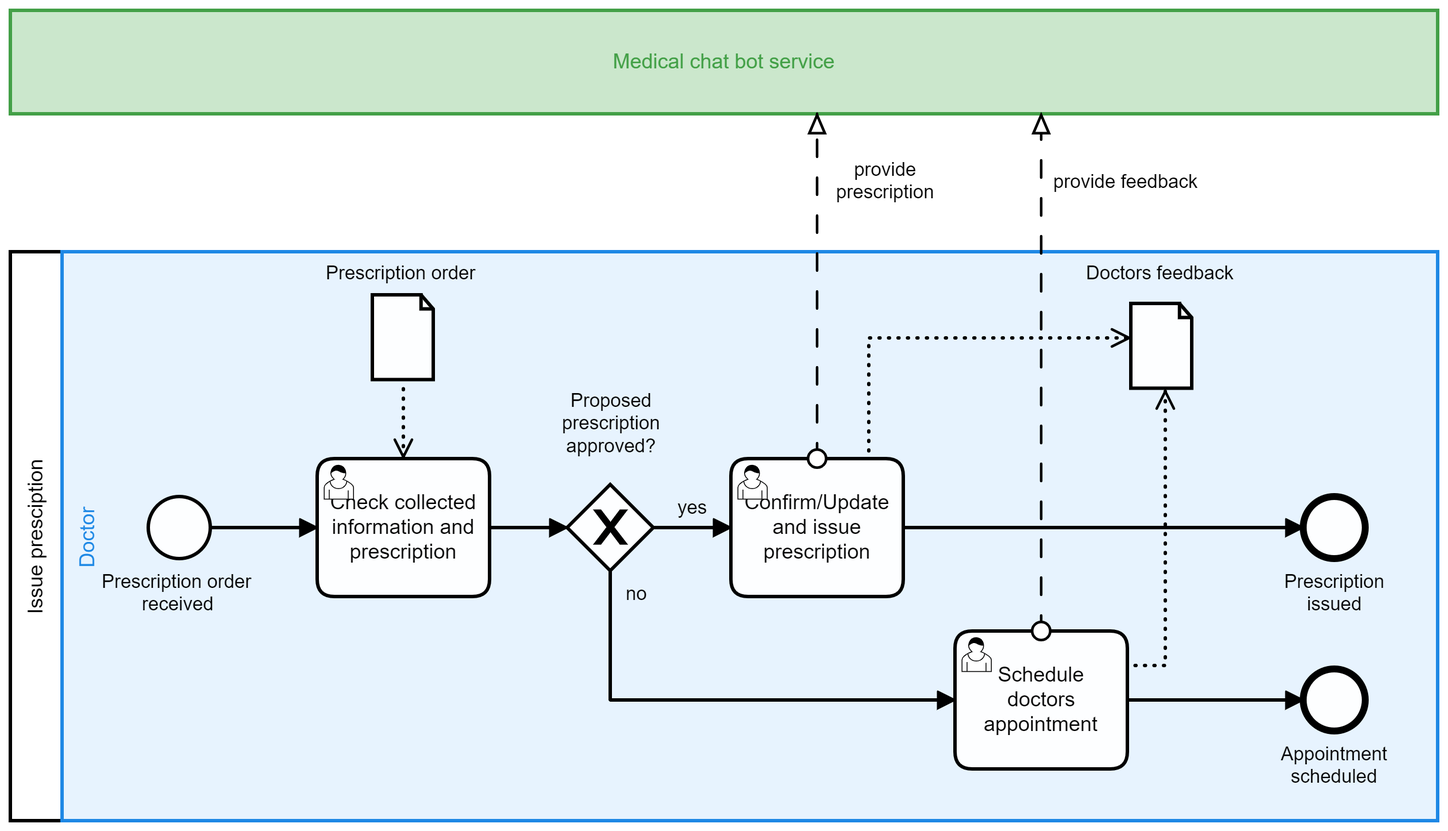
Above: images/wiki/TO-BE_Process_issue_prescription.png in DigiBP/DigiBP_Burrata (BPMN), before the change. Its source is kept beside it as TO-BE Process/TO-BE_Process_issue_prescription.bpmn. Ids are renumbered.
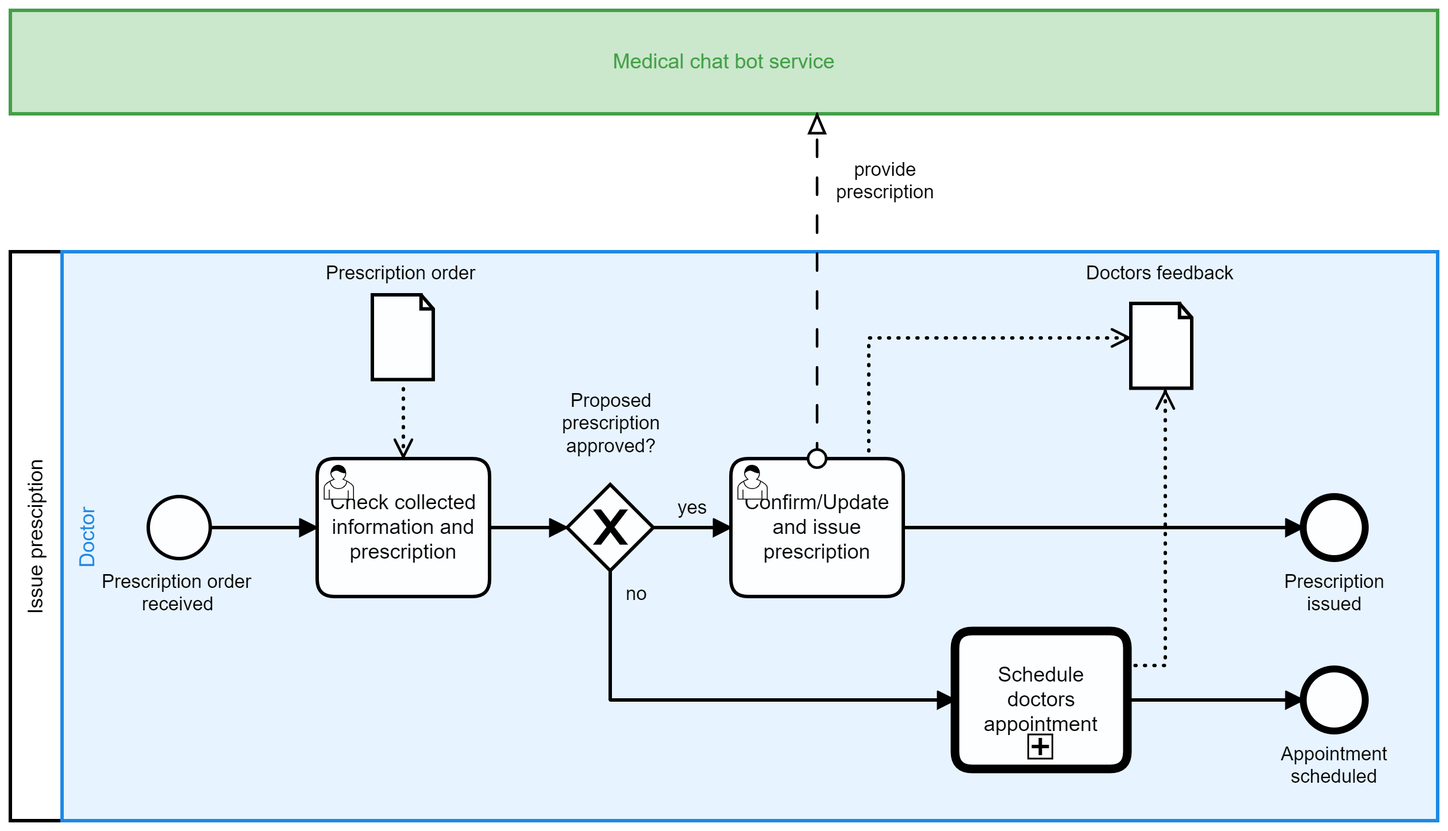
Later version of the same file.

Commit message:
Call for sub-process added

Change to the diagram source:
```diff
@@ -3,7 +3,6 @@
     <bpmn:participant id="Participant_n3" name="Issue presciption" processRef="Process_n4" />
     <bpmn:participant id="Participant_n5" name="Medical chat bot service" />
     <bpmn:messageFlow id="MessageFlow_n6" name="provide prescription" sourceRef="Task_n7" targetRef="Participant_n5" />
-    <bpmn:messageFlow id="MessageFlow_n8" name="provide feedback" sourceRef="Collaboration_n9" targetRef="Participant_n5" />
   </bpmn:collaboration>
   <bpmn:process id="Process_n4" name="Issue Prescription" isExecutable="true">
     <bpmn:laneSet id="LaneSet_n10">
@@ -69,13 +68,13 @@
         <bpmn:targetRef>DataObjectReference_n24</bpmn:targetRef>
       </bpmn:dataOutputAssociation>
     </bpmn:userTask>
-    <bpmn:userTask id="Collaboration_n9" name="Schedule doctors appointment">
+    <bpmn:callActivity id="Collaboration_n9" name="Schedule doctors appointment" calledElement="Process_10qbc26">
       <bpmn:incoming>SequenceFlow_n18</bpmn:incoming>
       <bpmn:outgoing>SequenceFlow_n22</bpmn:outgoing>
       <bpmn:dataOutputAssociation id="DataOutputAssociation_n29">
         <bpmn:targetRef>DataObjectReference_n24</bpmn:targetRef>
       </bpmn:dataOutputAssociation>
-    </bpmn:userTask>
+    </bpmn:callActivity>
   </bpmn:process>
   <bpmn:message id="Message_n30" name="Message_3epjcs3" />
   <bpmndi:BPMNDiagram id="BPMNDiagram_1">
@@ -152,13 +151,6 @@
           <dc:Bounds x="631" y="166" width="57" height="27" />
         </bpmndi:BPMNLabel>
       </bpmndi:BPMNEdge>
-      <bpmndi:BPMNEdge id="MessageFlow_n8_di" bpmnElement="MessageFlow_n8">
-        <di:waypoint x="750" y="440" />
-        <di:waypoint x="750" y="140" />
-        <bpmndi:BPMNLabel>
-          <dc:Bounds x="757" y="173" width="85" height="14" />
-        </bpmndi:BPMNLabel>
-      </bpmndi:BPMNEdge>
       <bpmndi:BPMNShape id="DataObjectReference_n24_di" bpmnElement="DataObjectReference_n24">
         <dc:Bounds x="802" y="250" width="36" height="50" />
         <bpmndi:BPMNLabel>
@@ -190,7 +182,7 @@
       <bpmndi:BPMNShape id="UserTask_0ks5p85_di" bpmnElement="Task_n7">
         <dc:Bounds x="570" y="340" width="100" height="80" />
       </bpmndi:BPMNShape>
-      <bpmndi:BPMNShape id="UserTask_0gxaqiq_di" bpmnElement="Collaboration_n9">
+      <bpmndi:BPMNShape id="CallActivity_17401yv_di" bpmnElement="Collaboration_n9">
         <dc:Bounds x="700" y="440" width="100" height="80" />
       </bpmndi:BPMNShape>
     </bpmndi:BPMNPlane>
```
